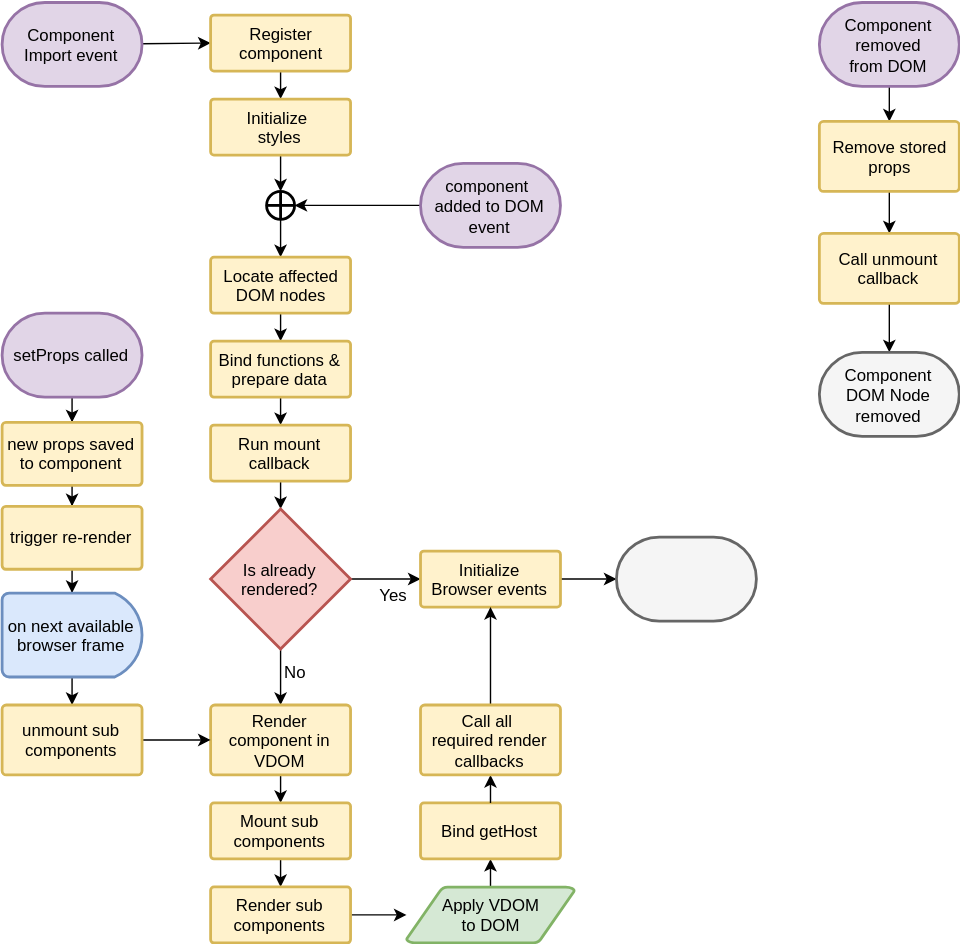
Earlier version of the draw.io export docsrc/_includes/lifecycle.svg (AndCake/zino). Source tidied: cells renumbered, new cells last; positions are measured from the earlier drawing's top-left corner, leaving out a move shared by most shapes.
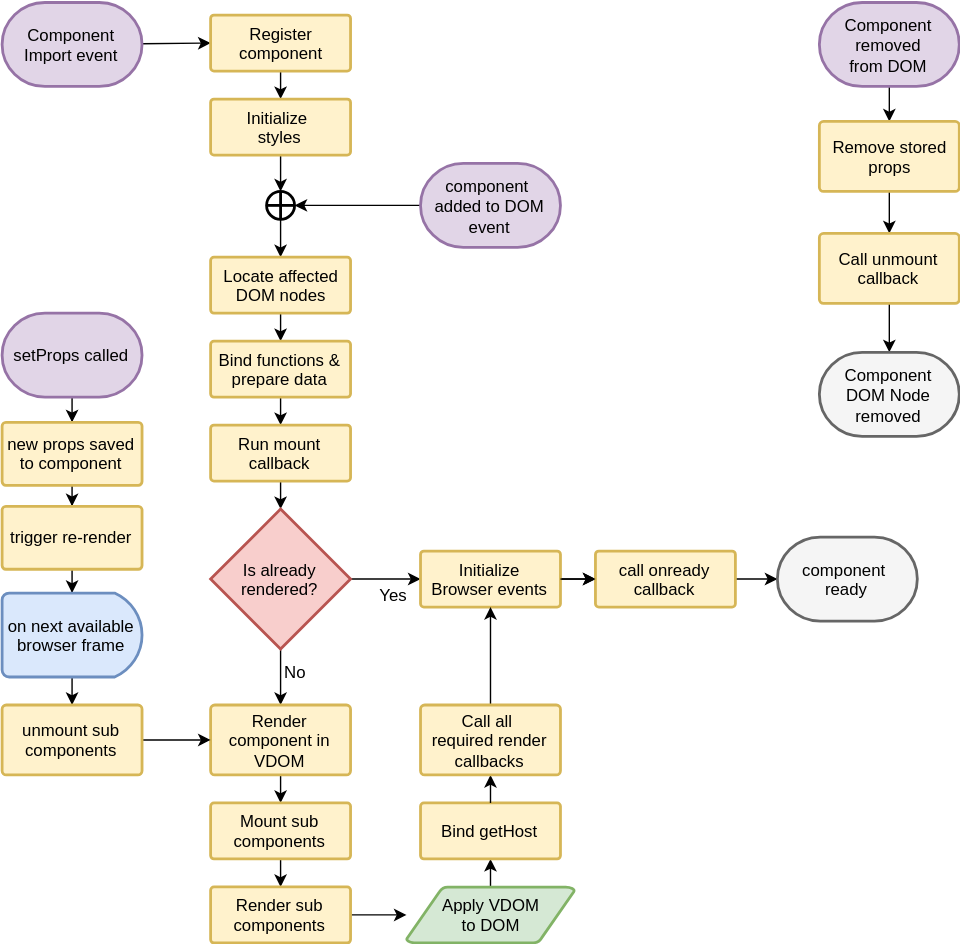
After the change.

Diff of the diagram source:
```diff
@@ -60,9 +60,12 @@
     <mxCell id="19" value="Run mount&lt;div&gt;callback&lt;/div&gt;" style="strokeWidth=2;html=1;shape=mxgraph.flowchart.process;whiteSpace=wrap;fillColor=#fff2cc;strokeColor=#d6b656;" parent="1" vertex="1">
       <mxGeometry x="149" y="302" width="100" height="40" as="geometry" />
     </mxCell>
-    <mxCell id="20" style="edgeStyle=none;rounded=0;html=1;jettySize=auto;" parent="1" edge="1" source="21" target="37">
+    <mxCell id="20" style="edgeStyle=none;rounded=0;html=1;jettySize=auto;" parent="1" edge="1" source="56" target="37">
       <mxGeometry relative="1" as="geometry" />
     </mxCell>
+    <mxCell id="55" style="edgeStyle=orthogonalEdgeStyle;rounded=0;html=1;jettySize=auto;" parent="1" edge="1" source="21" target="56">
+      <mxGeometry relative="1" as="geometry" />
+    </mxCell>
     <mxCell id="21" value="Initialize&lt;div&gt;Browser events&lt;/div&gt;" style="strokeWidth=2;html=1;shape=mxgraph.flowchart.process;whiteSpace=wrap;fillColor=#fff2cc;strokeColor=#d6b656;" parent="1" vertex="1">
       <mxGeometry x="299" y="392" width="100" height="40" as="geometry" />
     </mxCell>
@@ -111,8 +114,8 @@
     <mxCell id="36" value="Apply VDOM&lt;div&gt;to DOM&lt;/div&gt;" style="strokeWidth=2;html=1;shape=mxgraph.flowchart.data;whiteSpace=wrap;fillColor=#d5e8d4;strokeColor=#82b366;" parent="1" vertex="1">
       <mxGeometry x="289" y="632" width="120" height="40" as="geometry" />
     </mxCell>
-    <mxCell id="37" style="strokeWidth=2;html=1;shape=mxgraph.flowchart.terminator;whiteSpace=wrap;fillColor=#f5f5f5;strokeColor=#666666;" parent="1" vertex="1">
-      <mxGeometry x="439" y="382" width="100" height="60" as="geometry" />
+    <mxCell id="37" value="component&amp;nbsp;&lt;div&gt;ready&lt;/div&gt;" style="strokeWidth=2;html=1;shape=mxgraph.flowchart.terminator;whiteSpace=wrap;fillColor=#f5f5f5;strokeColor=#666666;" parent="1" vertex="1">
+      <mxGeometry x="554" y="382" width="100" height="60" as="geometry" />
     </mxCell>
     <mxCell id="38" style="edgeStyle=none;rounded=0;html=1;jettySize=auto;entryX=0.5;entryY=0;entryPerimeter=0;" parent="1" edge="1" source="40" target="43">
       <mxGeometry relative="1" as="geometry" />
@@ -167,5 +170,11 @@
     <mxCell id="54" value="unmount sub components" style="strokeWidth=2;html=1;shape=mxgraph.flowchart.process;whiteSpace=wrap;fillColor=#fff2cc;strokeColor=#d6b656;" parent="1" vertex="1">
       <mxGeometry y="502" width="100" height="50" as="geometry" />
     </mxCell>
+    <mxCell id="56" value="call onready&lt;div&gt;callback&lt;/div&gt;" style="strokeWidth=2;html=1;shape=mxgraph.flowchart.process;whiteSpace=wrap;fillColor=#fff2cc;strokeColor=#d6b656;" parent="1" vertex="1">
+      <mxGeometry x="424" y="392" width="100" height="40" as="geometry" />
+    </mxCell>
+    <mxCell id="57" style="edgeStyle=none;rounded=0;html=1;jettySize=auto;" parent="1" edge="1" source="21" target="56">
+      <mxGeometry relative="1" as="geometry" />
+    </mxCell>
   </root>
 </mxGraphModel>
```
